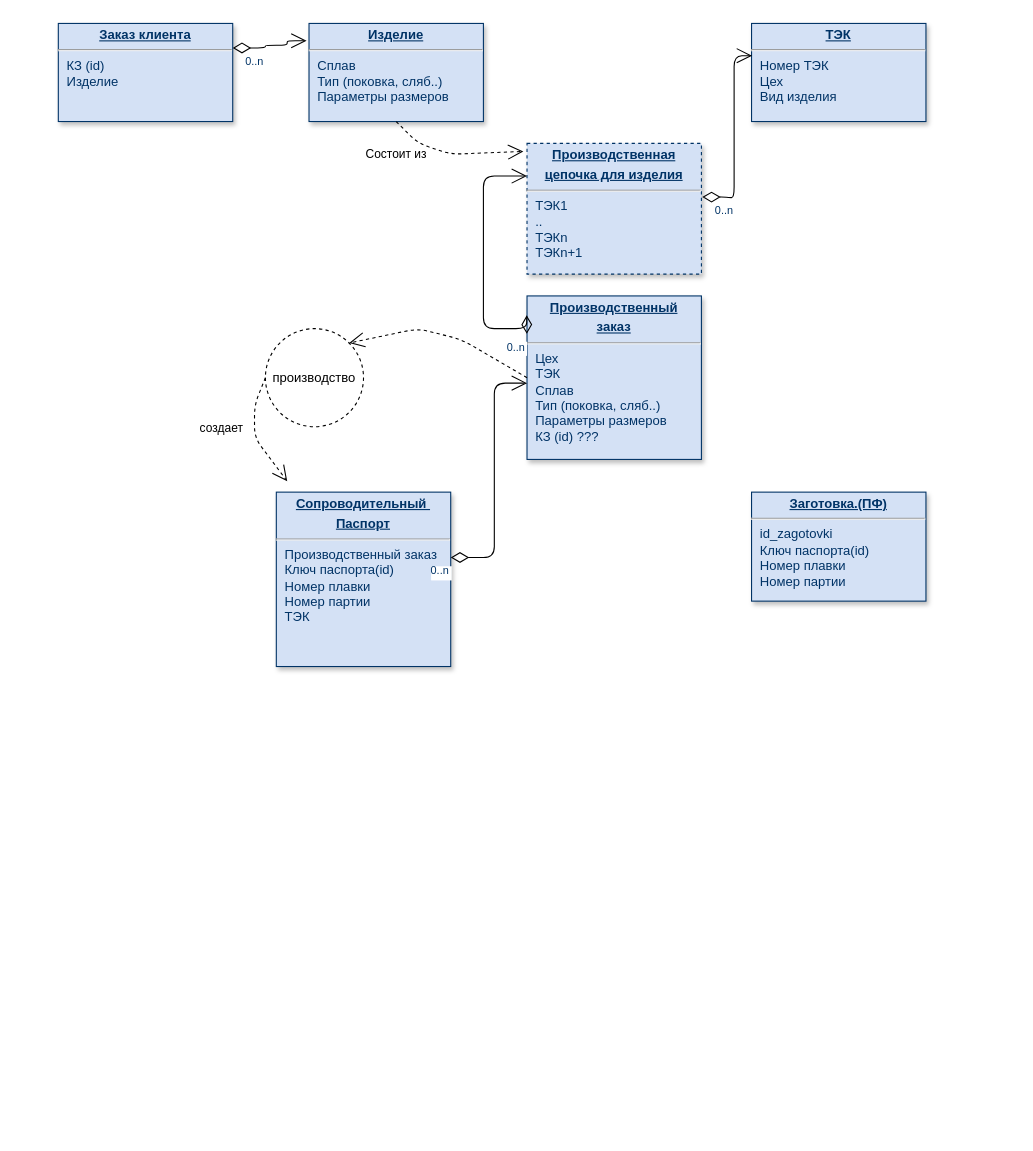
Above: VSMPO/models/Данные_в_системах.drawio in sashok74/Rarus (draw.io), before the change. Source tidied: cells renumbered, new cells numbered last; positions are measured from the earlier drawing's top-left corner, leaving out a move shared by most shapes. Both pictures are drawn from the tidied source at 109%, with x=0, y=0 at pixel (58, 23).
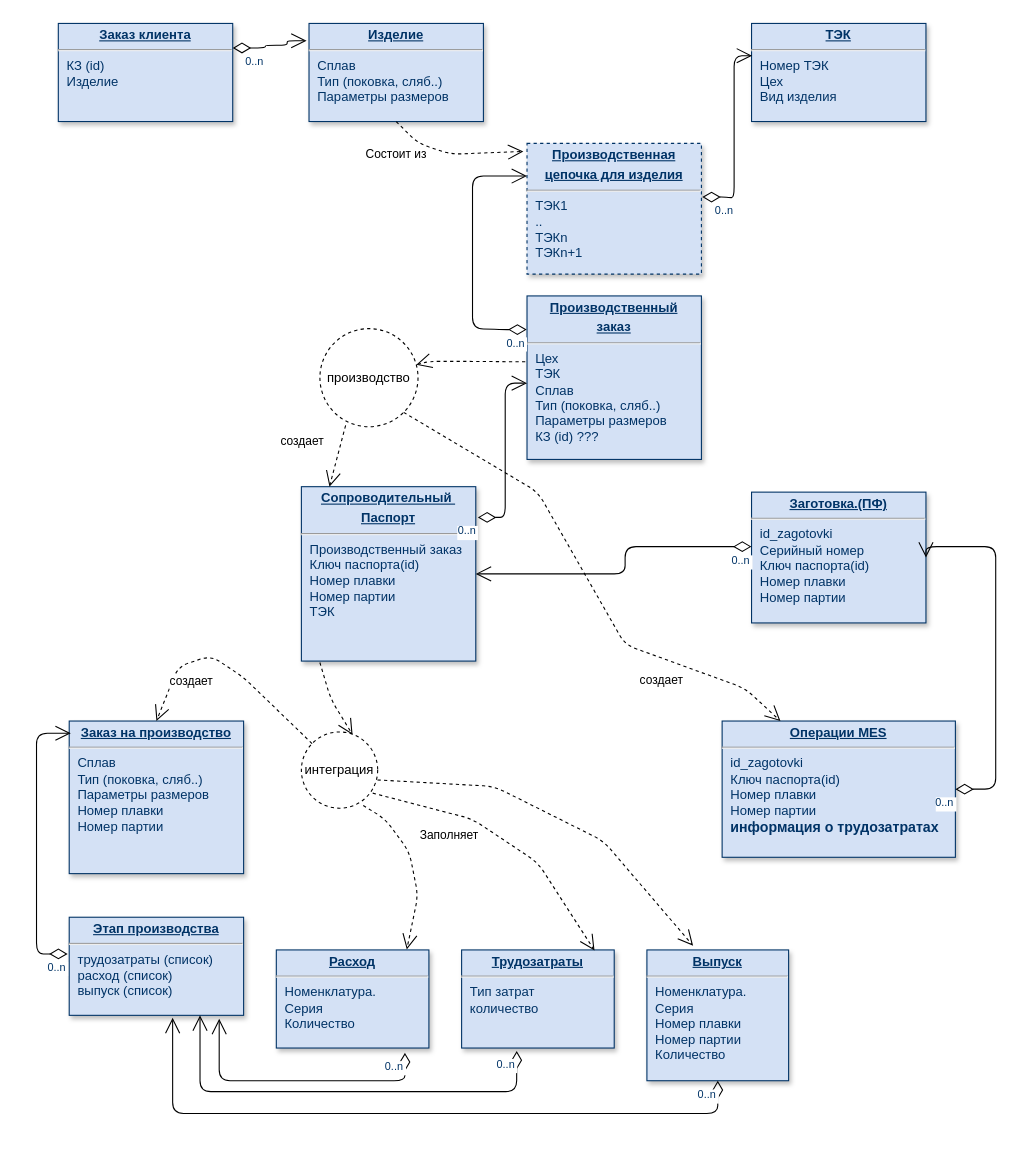
The same page after the edit.

Unchanged cells that the change refers to:
```xml
<mxCell id="6" value="&lt;p style=&quot;margin: 0px; margin-top: 4px; text-align: center; text-decoration: underline;&quot;&gt;&lt;b&gt;Производственный&lt;/b&gt;&lt;/p&gt;&lt;p style=&quot;margin: 0px; margin-top: 4px; text-align: center; text-decoration: underline;&quot;&gt;&lt;b&gt;заказ&lt;/b&gt;&lt;/p&gt;&lt;hr&gt;&lt;p style=&quot;margin: 0px; margin-left: 8px;&quot;&gt;Цех&lt;/p&gt;&lt;p style=&quot;margin: 0px; margin-left: 8px;&quot;&gt;ТЭК&lt;/p&gt;&lt;p style=&quot;margin: 0px 0px 0px 8px;&quot;&gt;Сплав&lt;/p&gt;&lt;p style=&quot;margin: 0px 0px 0px 8px;&quot;&gt;Тип (поковка, сляб..)&lt;/p&gt;&lt;p style=&quot;margin: 0px 0px 0px 8px;&quot;&gt;Параметры размеров&lt;/p&gt;&lt;p style=&quot;margin: 0px 0px 0px 8px;&quot;&gt;КЗ (id) ???&lt;br&gt;&lt;/p&gt;" style="verticalAlign=top;align=left;overflow=fill;fontSize=12;fontFamily=Helvetica;html=1;strokeColor=#003366;shadow=1;fillColor=#D4E1F5;fontColor=#003366;" parent="1" vertex="1">
  <mxGeometry x="430" y="250" width="160" height="150" as="geometry" />
</mxCell>
<mxCell id="7" value="&lt;p style=&quot;margin: 0px; margin-top: 4px; text-align: center; text-decoration: underline;&quot;&gt;&lt;b&gt;Производственная&lt;/b&gt;&lt;/p&gt;&lt;p style=&quot;margin: 0px; margin-top: 4px; text-align: center; text-decoration: underline;&quot;&gt;&lt;b&gt;цепочка для изделия&lt;/b&gt;&lt;/p&gt;&lt;hr&gt;&lt;p style=&quot;margin: 0px; margin-left: 8px;&quot;&gt;ТЭК1&lt;/p&gt;&lt;p style=&quot;margin: 0px 0px 0px 8px;&quot;&gt;..&lt;/p&gt;&lt;p style=&quot;margin: 0px 0px 0px 8px;&quot;&gt;ТЭКn&lt;br&gt;&lt;/p&gt;&lt;p style=&quot;margin: 0px 0px 0px 8px;&quot;&gt;&lt;span style=&quot;background-color: initial;&quot;&gt;ТЭКn+1&lt;/span&gt;&lt;br&gt;&lt;/p&gt;" style="verticalAlign=top;align=left;overflow=fill;fontSize=12;fontFamily=Helvetica;html=1;strokeColor=#003366;shadow=1;fillColor=#D4E1F5;fontColor=#003366;dashed=1;" parent="1" vertex="1">
  <mxGeometry x="430" y="110" width="160" height="120" as="geometry" />
</mxCell>
```

The edit, as a diff of the source:
```diff
@@
     <mxCell id="2" value="&lt;p style=&quot;margin: 0px; margin-top: 4px; text-align: center; text-decoration: underline;&quot;&gt;&lt;b&gt;Сопроводительный&amp;nbsp;&lt;/b&gt;&lt;/p&gt;&lt;p style=&quot;margin: 0px; margin-top: 4px; text-align: center; text-decoration: underline;&quot;&gt;&lt;b&gt;Паспорт&lt;/b&gt;&lt;/p&gt;&lt;hr&gt;&lt;p style=&quot;margin: 0px; margin-left: 8px;&quot;&gt;Производственный заказ&lt;br&gt;&lt;/p&gt;&lt;p style=&quot;margin: 0px; margin-left: 8px;&quot;&gt;Ключ паспорта(id)&lt;/p&gt;&lt;p style=&quot;margin: 0px; margin-left: 8px;&quot;&gt;&lt;span style=&quot;background-color: initial;&quot;&gt;Номер плавки&lt;/span&gt;&lt;br&gt;&lt;/p&gt;&lt;p style=&quot;margin: 0px; margin-left: 8px;&quot;&gt;Номер партии&lt;/p&gt;&lt;p style=&quot;margin: 0px; margin-left: 8px;&quot;&gt;ТЭК&lt;/p&gt;" style="verticalAlign=top;align=left;overflow=fill;fontSize=12;fontFamily=Helvetica;html=1;strokeColor=#003366;shadow=1;fillColor=#D4E1F5;fontColor=#003366;" parent="1" vertex="1">
-      <mxGeometry x="200" y="430" width="160" height="160" as="geometry" />
+      <mxGeometry x="223" y="425" width="160" height="160" as="geometry" />
     </mxCell>
-    <mxCell id="3" value="&lt;p style=&quot;margin: 0px; margin-top: 4px; text-align: center; text-decoration: underline;&quot;&gt;&lt;b&gt;Заготовка.(ПФ)&lt;/b&gt;&lt;/p&gt;&lt;hr&gt;&lt;p style=&quot;margin: 0px; margin-left: 8px;&quot;&gt;id_zagotovki&lt;/p&gt;&lt;p style=&quot;margin: 0px; margin-left: 8px;&quot;&gt;Ключ паспорта(id)&lt;br&gt;&lt;/p&gt;&lt;p style=&quot;margin: 0px; margin-left: 8px;&quot;&gt;Номер плавки&lt;/p&gt;&lt;p style=&quot;margin: 0px; margin-left: 8px;&quot;&gt;Номер партии&lt;/p&gt;" style="verticalAlign=top;align=left;overflow=fill;fontSize=12;fontFamily=Helvetica;html=1;strokeColor=#003366;shadow=1;fillColor=#D4E1F5;fontColor=#003366;" parent="1" vertex="1">
-      <mxGeometry x="636" y="430" width="160" height="100" as="geometry" />
+    <mxCell id="3" value="&lt;p style=&quot;margin: 0px; margin-top: 4px; text-align: center; text-decoration: underline;&quot;&gt;&lt;b&gt;Заготовка.(ПФ)&lt;/b&gt;&lt;/p&gt;&lt;hr&gt;&lt;p style=&quot;margin: 0px; margin-left: 8px;&quot;&gt;id_zagotovki&lt;/p&gt;&lt;p style=&quot;margin: 0px; margin-left: 8px;&quot;&gt;Серийный номер&lt;/p&gt;&lt;p style=&quot;margin: 0px; margin-left: 8px;&quot;&gt;Ключ паспорта(id)&lt;br&gt;&lt;/p&gt;&lt;p style=&quot;margin: 0px; margin-left: 8px;&quot;&gt;Номер плавки&lt;/p&gt;&lt;p style=&quot;margin: 0px; margin-left: 8px;&quot;&gt;Номер партии&lt;/p&gt;" style="verticalAlign=top;align=left;overflow=fill;fontSize=12;fontFamily=Helvetica;html=1;strokeColor=#003366;shadow=1;fillColor=#D4E1F5;fontColor=#003366;" parent="1" vertex="1">
+      <mxGeometry x="636" y="430" width="160" height="120" as="geometry" />
     </mxCell>
@@
-    <mxCell id="14" style="endArrow=open;endSize=12;startArrow=diamondThin;startSize=14;startFill=0;edgeStyle=orthogonalEdgeStyle;entryX=0;entryY=0.25;entryDx=0;entryDy=0;exitX=-0.001;exitY=0.232;exitDx=0;exitDy=0;exitPerimeter=0;" parent="1" edge="1" source="6" target="7">
+    <mxCell id="14" style="endArrow=open;endSize=12;startArrow=diamondThin;startSize=14;startFill=0;edgeStyle=orthogonalEdgeStyle;entryX=0;entryY=0.25;entryDx=0;entryDy=0;exitX=-0.002;exitY=0.206;exitDx=0;exitDy=0;exitPerimeter=0;" parent="1" edge="1" source="6" target="7">
       <mxGeometry x="-580" y="431.3" as="geometry">
         <Array as="points">
-          <mxPoint x="390" y="280" />
-          <mxPoint x="390" y="140" />
+          <mxPoint x="410" y="281" />
+          <mxPoint x="380" y="280" />
+          <mxPoint x="380" y="140" />
         </Array>
       </mxGeometry>
     </mxCell>
@@
     <mxCell id="16" value="производство" style="ellipse;whiteSpace=wrap;html=1;dashed=1;" parent="1" vertex="1">
-      <mxGeometry x="190" y="280" width="90" height="90" as="geometry" />
+      <mxGeometry x="240" y="280" width="90" height="90" as="geometry" />
     </mxCell>
-    <mxCell id="17" style="endArrow=open;endSize=12;dashed=1;exitX=0;exitY=0.5;exitDx=0;exitDy=0;entryX=1;entryY=0;entryDx=0;entryDy=0;" parent="1" edge="1" source="6" target="16">
+    <mxCell id="17" style="endArrow=open;endSize=12;dashed=1;exitX=-0.01;exitY=0.403;exitDx=0;exitDy=0;exitPerimeter=0;" parent="1" edge="1" source="6" target="16">
       <mxGeometry y="40" as="geometry">
         <Array as="points">
-          <mxPoint x="370" y="290" />
-          <mxPoint x="330" y="280" />
+          <mxPoint x="370" y="310" />
+          <mxPoint x="340" y="310" />
         </Array>
         <mxPoint x="-8" y="-4" as="offset" />
       </mxGeometry>
     </mxCell>
-    <mxCell id="18" value="создает" style="endArrow=open;endSize=12;dashed=1;exitX=0;exitY=0.5;exitDx=0;exitDy=0;" parent="1" edge="1" source="16">
-      <mxGeometry y="40" as="geometry">
-        <mxPoint x="210" y="420" as="targetPoint" />
-        <Array as="points">
-          <mxPoint x="180" y="350" />
-          <mxPoint x="180" y="380" />
-        </Array>
-        <mxPoint x="-50" y="-2" as="offset" />
+    <mxCell id="18" value="создает" style="endArrow=open;endSize=12;dashed=1;exitX=0.262;exitY=0.986;exitDx=0;exitDy=0;exitPerimeter=0;entryX=0.161;entryY=0;entryDx=0;entryDy=0;entryPerimeter=0;" parent="1" edge="1" source="16" target="2">
+      <mxGeometry as="geometry">
+        <mxPoint x="-32" y="-14" as="offset" />
       </mxGeometry>
     </mxCell>
-    <mxCell id="19" style="endArrow=open;endSize=12;startArrow=diamondThin;startSize=14;startFill=0;edgeStyle=orthogonalEdgeStyle;" parent="1" edge="1">
+    <mxCell id="19" style="endArrow=open;endSize=12;startArrow=diamondThin;startSize=14;startFill=0;edgeStyle=orthogonalEdgeStyle;exitX=1.012;exitY=0.176;exitDx=0;exitDy=0;exitPerimeter=0;" parent="1" edge="1" source="2">
       <mxGeometry x="-587" y="611.3" as="geometry">
-        <mxPoint x="360" y="490" as="sourcePoint" />
         <mxPoint x="430" y="330" as="targetPoint" />
         <Array as="points">
-          <mxPoint x="400" y="490" />
-          <mxPoint x="400" y="330" />
+          <mxPoint x="410" y="453" />
+          <mxPoint x="410" y="330" />
         </Array>
       </mxGeometry>
     </mxCell>
@@
+    <mxCell id="21" style="endArrow=open;endSize=12;startArrow=diamondThin;startSize=14;startFill=0;edgeStyle=orthogonalEdgeStyle;entryX=1;entryY=0.5;entryDx=0;entryDy=0;" parent="1" edge="1" source="3" target="2">
+      <mxGeometry x="-497" y="801.3" as="geometry">
+        <Array as="points">
+          <mxPoint x="520" y="480" />
+          <mxPoint x="520" y="505" />
+        </Array>
+      </mxGeometry>
+    </mxCell>
+    <mxCell id="22" value="0..n" style="align=left;verticalAlign=top;labelBackgroundColor=#ffffff;fontSize=10;strokeColor=#003366;shadow=1;fillColor=#D4E1F5;fontColor=#003366;" parent="21" vertex="1">
+      <mxGeometry x="-1" relative="1" as="geometry">
+        <mxPoint x="-20" as="offset" />
+      </mxGeometry>
+    </mxCell>
+    <mxCell id="23" value="&lt;p style=&quot;margin: 0px; margin-top: 4px; text-align: center; text-decoration: underline;&quot;&gt;&lt;b&gt;Заказ на производство&lt;/b&gt;&lt;/p&gt;&lt;hr&gt;&lt;p style=&quot;margin: 0px; margin-left: 8px;&quot;&gt;Сплав&lt;/p&gt;&lt;p style=&quot;margin: 0px; margin-left: 8px;&quot;&gt;Тип (поковка, сляб..)&lt;/p&gt;&lt;p style=&quot;margin: 0px; margin-left: 8px;&quot;&gt;Параметры размеров&lt;/p&gt;&lt;p style=&quot;margin: 0px 0px 0px 8px;&quot;&gt;&lt;span style=&quot;background-color: initial;&quot;&gt;Номер плавки&lt;/span&gt;&lt;br&gt;&lt;/p&gt;&lt;p style=&quot;margin: 0px 0px 0px 8px;&quot;&gt;Номер партии&lt;/p&gt;" style="verticalAlign=top;align=left;overflow=fill;fontSize=12;fontFamily=Helvetica;html=1;strokeColor=#003366;shadow=1;fillColor=#D4E1F5;fontColor=#003366;" parent="1" vertex="1">
+      <mxGeometry x="10" y="640" width="160" height="140" as="geometry" />
+    </mxCell>
+    <mxCell id="24" value="&lt;p style=&quot;margin: 0px; margin-top: 4px; text-align: center; text-decoration: underline;&quot;&gt;&lt;b&gt;Этап производства&lt;/b&gt;&lt;/p&gt;&lt;hr&gt;&lt;p style=&quot;margin: 0px; margin-left: 8px;&quot;&gt;&lt;span style=&quot;background-color: initial;&quot;&gt;трудозатраты (список)&lt;/span&gt;&lt;br&gt;&lt;/p&gt;&lt;p style=&quot;margin: 0px; margin-left: 8px;&quot;&gt;расход (список)&lt;/p&gt;&lt;p style=&quot;margin: 0px; margin-left: 8px;&quot;&gt;выпуск (список)&lt;br&gt;&lt;/p&gt;" style="verticalAlign=top;align=left;overflow=fill;fontSize=12;fontFamily=Helvetica;html=1;strokeColor=#003366;shadow=1;fillColor=#D4E1F5;fontColor=#003366;" parent="1" vertex="1">
+      <mxGeometry x="10" y="820" width="160" height="90" as="geometry" />
+    </mxCell>
+    <mxCell id="25" value="интеграция" style="ellipse;whiteSpace=wrap;html=1;dashed=1;" parent="1" vertex="1">
+      <mxGeometry x="223" y="650" width="70" height="70" as="geometry" />
+    </mxCell>
+    <mxCell id="26" style="endArrow=open;endSize=12;dashed=1;exitX=0.106;exitY=1.008;exitDx=0;exitDy=0;entryX=0.671;entryY=0.036;entryDx=0;entryDy=0;exitPerimeter=0;entryPerimeter=0;" parent="1" edge="1" source="2" target="25">
+      <mxGeometry x="-160" y="230" as="geometry">
+        <Array as="points">
+          <mxPoint x="250" y="620" />
+        </Array>
+        <mxPoint x="-8" y="-4" as="offset" />
+      </mxGeometry>
+    </mxCell>
+    <mxCell id="27" value="создает" style="endArrow=open;endSize=12;dashed=1;entryX=0.5;entryY=0;entryDx=0;entryDy=0;" parent="1" edge="1" source="25" target="23">
+      <mxGeometry as="geometry">
+        <Array as="points">
+          <mxPoint x="170" y="600" />
+          <mxPoint x="140" y="580" />
+          <mxPoint x="110" y="590" />
+        </Array>
+        <mxPoint x="-39" y="-47" as="offset" />
+      </mxGeometry>
+    </mxCell>
+    <mxCell id="28" style="endArrow=open;endSize=12;startArrow=diamondThin;startSize=14;startFill=0;edgeStyle=orthogonalEdgeStyle;entryX=0.009;entryY=0.08;entryDx=0;entryDy=0;exitX=-0.009;exitY=0.374;exitDx=0;exitDy=0;exitPerimeter=0;entryPerimeter=0;" parent="1" edge="1" source="24" target="23">
+      <mxGeometry x="-1010" y="991.3" as="geometry">
+        <Array as="points">
+          <mxPoint x="-20" y="854" />
+          <mxPoint x="-20" y="651" />
+        </Array>
+      </mxGeometry>
+    </mxCell>
+    <mxCell id="29" value="0..n" style="align=left;verticalAlign=top;labelBackgroundColor=#ffffff;fontSize=10;strokeColor=#003366;shadow=1;fillColor=#D4E1F5;fontColor=#003366;" parent="28" vertex="1">
+      <mxGeometry x="-1" relative="1" as="geometry">
+        <mxPoint x="-20" as="offset" />
+      </mxGeometry>
+    </mxCell>
+    <mxCell id="30" value="&lt;p style=&quot;margin: 0px; margin-top: 4px; text-align: center; text-decoration: underline;&quot;&gt;&lt;b&gt;Операции MES&lt;/b&gt;&lt;/p&gt;&lt;hr&gt;&lt;p style=&quot;margin: 0px; margin-left: 8px;&quot;&gt;id_zagotovki&lt;/p&gt;&lt;p style=&quot;margin: 0px; margin-left: 8px;&quot;&gt;Ключ паспорта(id)&lt;br&gt;&lt;/p&gt;&lt;p style=&quot;margin: 0px; margin-left: 8px;&quot;&gt;Номер плавки&lt;/p&gt;&lt;p style=&quot;margin: 0px; margin-left: 8px;&quot;&gt;Номер партии&lt;/p&gt;&lt;p style=&quot;margin: 0px; margin-left: 8px;&quot;&gt;&lt;b&gt;&lt;font style=&quot;font-size: 13px;&quot;&gt;информация о трудозатратах&lt;/font&gt;&lt;/b&gt;&lt;/p&gt;&lt;p style=&quot;margin: 0px; margin-left: 8px;&quot;&gt;&lt;br&gt;&lt;/p&gt;" style="verticalAlign=top;align=left;overflow=fill;fontSize=12;fontFamily=Helvetica;html=1;strokeColor=#003366;shadow=1;fillColor=#D4E1F5;fontColor=#003366;" parent="1" vertex="1">
+      <mxGeometry x="609" y="640" width="214" height="125" as="geometry" />
+    </mxCell>
+    <mxCell id="31" value="создает" style="endArrow=open;endSize=12;dashed=1;exitX=1;exitY=1;exitDx=0;exitDy=0;entryX=0.25;entryY=0;entryDx=0;entryDy=0;" parent="1" edge="1" source="16" target="30">
+      <mxGeometry as="geometry">
+        <Array as="points">
+          <mxPoint x="440" y="430" />
+          <mxPoint x="520" y="570" />
+          <mxPoint x="630" y="610" />
+        </Array>
+        <mxPoint x="64" y="104" as="offset" />
+      </mxGeometry>
+    </mxCell>
+    <mxCell id="32" style="endArrow=open;endSize=12;startArrow=diamondThin;startSize=14;startFill=0;edgeStyle=orthogonalEdgeStyle;exitX=1;exitY=0.5;exitDx=0;exitDy=0;entryX=1;entryY=0.5;entryDx=0;entryDy=0;" parent="1" edge="1" source="30" target="3">
+      <mxGeometry x="-487" y="811.3" as="geometry">
+        <Array as="points">
+          <mxPoint x="860" y="703" />
+          <mxPoint x="860" y="480" />
+        </Array>
+      </mxGeometry>
+    </mxCell>
+    <mxCell id="33" value="0..n" style="align=left;verticalAlign=top;labelBackgroundColor=#ffffff;fontSize=10;strokeColor=#003366;shadow=1;fillColor=#D4E1F5;fontColor=#003366;" parent="32" vertex="1">
+      <mxGeometry x="-1" relative="1" as="geometry">
+        <mxPoint x="-20" as="offset" />
+      </mxGeometry>
+    </mxCell>
+    <mxCell id="34" value="&lt;p style=&quot;margin: 0px; margin-top: 4px; text-align: center; text-decoration: underline;&quot;&gt;&lt;b&gt;Выпуск&lt;/b&gt;&lt;/p&gt;&lt;hr&gt;&lt;p style=&quot;margin: 0px; margin-left: 8px;&quot;&gt;Номенклатура.&lt;/p&gt;&lt;p style=&quot;margin: 0px; margin-left: 8px;&quot;&gt;&lt;span style=&quot;background-color: initial;&quot;&gt;Серия&lt;/span&gt;&lt;br&gt;&lt;/p&gt;&lt;p style=&quot;margin: 0px 0px 0px 8px;&quot;&gt;&lt;span style=&quot;background-color: initial;&quot;&gt;Номер плавки&lt;/span&gt;&lt;br&gt;&lt;/p&gt;&lt;p style=&quot;margin: 0px 0px 0px 8px;&quot;&gt;Номер партии&lt;/p&gt;&lt;p style=&quot;margin: 0px; margin-left: 8px;&quot;&gt;Количество&lt;/p&gt;" style="verticalAlign=top;align=left;overflow=fill;fontSize=12;fontFamily=Helvetica;html=1;strokeColor=#003366;shadow=1;fillColor=#D4E1F5;fontColor=#003366;" parent="1" vertex="1">
+      <mxGeometry x="540" y="850" width="130" height="120" as="geometry" />
+    </mxCell>
+    <mxCell id="35" value="&lt;p style=&quot;margin: 0px; margin-top: 4px; text-align: center; text-decoration: underline;&quot;&gt;&lt;b&gt;Трудозатраты&lt;/b&gt;&lt;/p&gt;&lt;hr&gt;&lt;p style=&quot;margin: 0px; margin-left: 8px;&quot;&gt;Тип затрат&lt;/p&gt;&lt;p style=&quot;margin: 0px; margin-left: 8px;&quot;&gt;количество&lt;/p&gt;" style="verticalAlign=top;align=left;overflow=fill;fontSize=12;fontFamily=Helvetica;html=1;strokeColor=#003366;shadow=1;fillColor=#D4E1F5;fontColor=#003366;" parent="1" vertex="1">
+      <mxGeometry x="370" y="850" width="140" height="90" as="geometry" />
+    </mxCell>
+    <mxCell id="36" value="&lt;p style=&quot;margin: 0px; margin-top: 4px; text-align: center; text-decoration: underline;&quot;&gt;&lt;b&gt;Расход&lt;/b&gt;&lt;/p&gt;&lt;hr&gt;&lt;p style=&quot;margin: 0px; margin-left: 8px;&quot;&gt;Номенклатура.&lt;/p&gt;&lt;p style=&quot;margin: 0px; margin-left: 8px;&quot;&gt;Серия&lt;/p&gt;&lt;p style=&quot;margin: 0px; margin-left: 8px;&quot;&gt;Количество&lt;/p&gt;" style="verticalAlign=top;align=left;overflow=fill;fontSize=12;fontFamily=Helvetica;html=1;strokeColor=#003366;shadow=1;fillColor=#D4E1F5;fontColor=#003366;" parent="1" vertex="1">
+      <mxGeometry x="200" y="850" width="140" height="90" as="geometry" />
+    </mxCell>
+    <mxCell id="37" style="endArrow=open;endSize=12;dashed=1;entryX=0.326;entryY=-0.032;entryDx=0;entryDy=0;entryPerimeter=0;exitX=0.997;exitY=0.629;exitDx=0;exitDy=0;exitPerimeter=0;" parent="1" edge="1" source="25" target="34">
+      <mxGeometry x="-150" y="240" as="geometry">
+        <Array as="points">
+          <mxPoint x="400" y="700" />
+          <mxPoint x="500" y="750" />
+        </Array>
+        <mxPoint x="-8" y="-4" as="offset" />
+      </mxGeometry>
+    </mxCell>
+    <mxCell id="38" style="endArrow=open;endSize=12;dashed=1;entryX=0.871;entryY=0.006;entryDx=0;entryDy=0;entryPerimeter=0;exitX=0.935;exitY=0.802;exitDx=0;exitDy=0;exitPerimeter=0;" parent="1" edge="1" source="25" target="35">
+      <mxGeometry x="-212.8" y="266" as="geometry">
+        <Array as="points">
+          <mxPoint x="380" y="730" />
+          <mxPoint x="440" y="770" />
+        </Array>
+        <mxPoint x="-8" y="-4" as="offset" />
+      </mxGeometry>
+    </mxCell>
+    <mxCell id="39" style="endArrow=open;endSize=12;dashed=1;entryX=0.855;entryY=-0.004;entryDx=0;entryDy=0;entryPerimeter=0;exitX=0.811;exitY=0.964;exitDx=0;exitDy=0;exitPerimeter=0;" parent="1" edge="1" source="25" target="36">
+      <mxGeometry x="-271.2" y="339.8" as="geometry">
+        <Array as="points">
+          <mxPoint x="300" y="730" />
+          <mxPoint x="322" y="760" />
+          <mxPoint x="330" y="800" />
+        </Array>
+        <mxPoint x="-8" y="-4" as="offset" />
+      </mxGeometry>
+    </mxCell>
+    <mxCell id="40" style="endArrow=open;endSize=12;startArrow=diamondThin;startSize=14;startFill=0;edgeStyle=orthogonalEdgeStyle;exitX=0.843;exitY=1.049;exitDx=0;exitDy=0;exitPerimeter=0;entryX=0.86;entryY=1.035;entryDx=0;entryDy=0;entryPerimeter=0;" parent="1" edge="1" source="36" target="24">
+      <mxGeometry x="-860" y="1160.1" as="geometry">
+        <Array as="points">
+          <mxPoint x="318" y="970" />
+          <mxPoint x="148" y="970" />
+        </Array>
+      </mxGeometry>
+    </mxCell>
+    <mxCell id="41" value="0..n" style="align=left;verticalAlign=top;labelBackgroundColor=#ffffff;fontSize=10;strokeColor=#003366;shadow=1;fillColor=#D4E1F5;fontColor=#003366;" parent="40" vertex="1">
+      <mxGeometry x="-1" relative="1" as="geometry">
+        <mxPoint x="-20" as="offset" />
+      </mxGeometry>
+    </mxCell>
+    <mxCell id="42" style="endArrow=open;endSize=12;startArrow=diamondThin;startSize=14;startFill=0;edgeStyle=orthogonalEdgeStyle;entryX=0.593;entryY=1.025;entryDx=0;entryDy=0;entryPerimeter=0;" parent="1" edge="1" source="34" target="24">
+      <mxGeometry x="-700" y="1170.1" as="geometry">
+        <Array as="points">
+          <mxPoint x="605" y="1000" />
+          <mxPoint x="105" y="1000" />
+        </Array>
+      </mxGeometry>
+    </mxCell>
+    <mxCell id="43" value="0..n" style="align=left;verticalAlign=top;labelBackgroundColor=#ffffff;fontSize=10;strokeColor=#003366;shadow=1;fillColor=#D4E1F5;fontColor=#003366;" parent="42" vertex="1">
+      <mxGeometry x="-1" relative="1" as="geometry">
+        <mxPoint x="-20" as="offset" />
+      </mxGeometry>
+    </mxCell>
+    <mxCell id="44" style="endArrow=open;endSize=12;startArrow=diamondThin;startSize=14;startFill=0;edgeStyle=orthogonalEdgeStyle;exitX=0.361;exitY=1.03;exitDx=0;exitDy=0;exitPerimeter=0;entryX=0.75;entryY=1;entryDx=0;entryDy=0;" parent="1" edge="1" source="35" target="24">
+      <mxGeometry x="-770" y="1180.1" as="geometry">
+        <Array as="points">
+          <mxPoint x="421" y="980" />
+          <mxPoint x="130" y="980" />
+        </Array>
+      </mxGeometry>
+    </mxCell>
+    <mxCell id="45" value="0..n" style="align=left;verticalAlign=top;labelBackgroundColor=#ffffff;fontSize=10;strokeColor=#003366;shadow=1;fillColor=#D4E1F5;fontColor=#003366;" parent="44" vertex="1">
+      <mxGeometry x="-1" relative="1" as="geometry">
+        <mxPoint x="-20" as="offset" />
+      </mxGeometry>
+    </mxCell>
+    <mxCell id="46" value="&lt;div style=&quot;text-align: center;&quot;&gt;&lt;span style=&quot;font-size: 11px; background-color: rgb(255, 255, 255);&quot;&gt;Заполняет&lt;/span&gt;&lt;/div&gt;" style="text;whiteSpace=wrap;html=1;fontSize=13;" parent="1" vertex="1">
+      <mxGeometry x="330" y="730" width="50" height="30" as="geometry" />
+    </mxCell>
```
